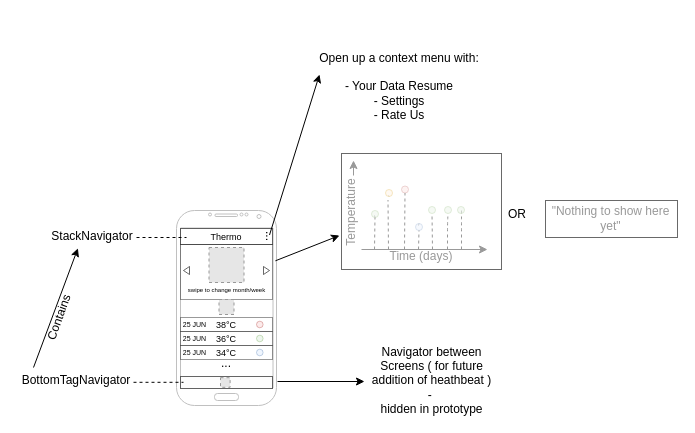
Earlier version of the draw.io diagram docs/mockups/DianaMockup.drawio (Chiyo-no-sake/Diana-Glasses-Application). Source tidied: cells renumbered, new cells numbered last; positions are measured from the earlier drawing's top-left corner, leaving out a move shared by most shapes. Both pictures are drawn from the tidied source at 100%, with x=0, y=0 at pixel (17, 17). Pictures stored in the file or linked from it are replaced by grey dashed boxes.
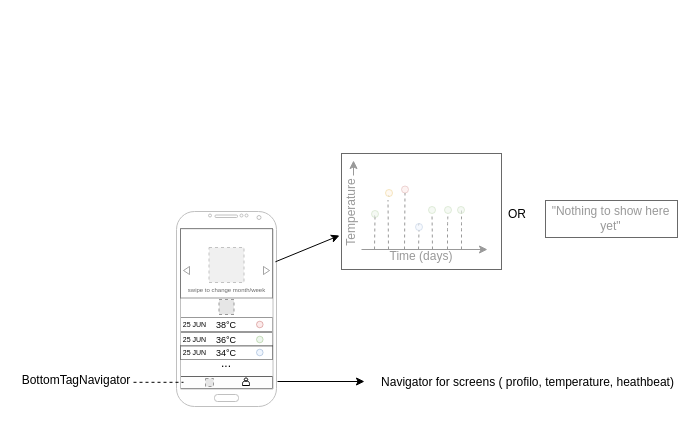
The same diagram, later.

What changed in the source:
```diff
@@
-    <mxCell id="2" style="verticalLabelPosition=bottom;verticalAlign=top;html=1;shadow=0;dashed=0;strokeWidth=1;shape=mxgraph.android.phone2;strokeColor=#c0c0c0;" parent="1" vertex="1">
-      <mxGeometry x="159" y="193" width="100" height="195" as="geometry" />
-    </mxCell>
-    <mxCell id="3" style="rounded=0;whiteSpace=wrap;html=1;opacity=40;" parent="1" vertex="1">
-      <mxGeometry x="163" y="227" width="92" height="55" as="geometry" />
-    </mxCell>
@@
     <mxCell id="5" style="group;fillColor=#FCFCFC;strokeColor=none;fontColor=#333333;" parent="1" vertex="1">
-      <mxGeometry x="163" y="359" width="92" height="12" as="geometry" />
+      <mxGeometry x="163" y="359" width="92" height="15" as="geometry" />
     </mxCell>
@@
     <mxCell id="7" style="fillColor=#E6E6E6;strokeColor=#999999;dashed=1;html=1;verticalAlign=top;verticalLabelPosition=bottom;labelBackgroundColor=#ffffff;" parent="5" vertex="1">
-      <mxGeometry x="40" y="1.2" width="9.6" height="9.6" as="geometry" />
+      <mxGeometry x="25" y="2" width="8" height="8" as="geometry" />
     </mxCell>
+    <mxCell id="68" style="shape=actor;whiteSpace=wrap;html=1;" parent="5" vertex="1">
+      <mxGeometry x="62" y="1.5" width="7" height="7.5" as="geometry" />
+    </mxCell>
@@
     <mxCell id="12" style="group;" parent="1" vertex="1">
-      <mxGeometry x="163" y="314" width="92" height="14" as="geometry" />
+      <mxGeometry x="163" y="315" width="96" height="74" as="geometry" />
     </mxCell>
@@
+    <mxCell id="2" style="verticalLabelPosition=bottom;verticalAlign=top;html=1;shadow=0;dashed=0;strokeWidth=1;shape=mxgraph.android.phone2;strokeColor=#c0c0c0;" parent="12" vertex="1">
+      <mxGeometry x="-4" y="-121" width="100" height="195" as="geometry" />
+    </mxCell>
@@
-    <mxCell id="51" value="Navigator between Screens ( for future addition of heathbeat )&lt;br&gt;-&amp;nbsp;&lt;br&gt;hidden in prototype" style="text;html=1;strokeColor=none;fillColor=none;align=center;verticalAlign=middle;whiteSpace=wrap;rounded=0;opacity=60;" parent="1" vertex="1">
-      <mxGeometry x="349" y="336" width="131" height="53" as="geometry" />
-    </mxCell>
-    <mxCell id="52" value="&lt;font style=&quot;font-size: 9px&quot;&gt;Thermo&lt;/font&gt;" style="rounded=0;whiteSpace=wrap;html=1;strokeColor=#050505;fillColor=#FFFFFF;opacity=60;" parent="1" vertex="1">
-      <mxGeometry x="163" y="211" width="92" height="16" as="geometry" />
-    </mxCell>
-    <mxCell id="53" value="..." style="text;html=1;strokeColor=none;fillColor=none;align=center;verticalAlign=middle;whiteSpace=wrap;rounded=0;opacity=60;rotation=90;" parent="1" vertex="1">
-      <mxGeometry x="233" y="209" width="40" height="20" as="geometry" />
-    </mxCell>
@@
-    <mxCell id="57" style="endArrow=classic;html=1;" parent="1" edge="1">
-      <mxGeometry relative="1" as="geometry">
-        <mxPoint x="252" y="217.5" as="sourcePoint" />
-        <mxPoint x="302" y="57" as="targetPoint" />
-      </mxGeometry>
-    </mxCell>
-    <mxCell id="58" value="Open up a context menu with:&lt;br&gt;&lt;br&gt;- Your Data Resume&lt;br&gt;- Settings&lt;br&gt;- Rate Us" style="text;html=1;strokeColor=none;fillColor=none;align=center;verticalAlign=middle;whiteSpace=wrap;rounded=0;opacity=60;" parent="1" vertex="1">
-      <mxGeometry x="288" width="188" height="138" as="geometry" />
-    </mxCell>
@@
-    <mxCell id="63" style="endArrow=none;dashed=1;html=1;" parent="1" edge="1">
-      <mxGeometry relative="1" as="geometry">
-        <mxPoint x="119" y="220" as="sourcePoint" />
-        <mxPoint x="169" y="220" as="targetPoint" />
-      </mxGeometry>
-    </mxCell>
-    <mxCell id="64" value="StackNavigator" style="text;html=1;strokeColor=none;fillColor=none;align=center;verticalAlign=middle;whiteSpace=wrap;rounded=0;opacity=60;" parent="1" vertex="1">
-      <mxGeometry x="55" y="209" width="40" height="20" as="geometry" />
-    </mxCell>
@@
-    <mxCell id="66" style="endArrow=classic;html=1;entryX=0.135;entryY=1.09;entryDx=0;entryDy=0;entryPerimeter=0;" parent="1" edge="1" target="64">
-      <mxGeometry relative="1" as="geometry">
-        <mxPoint x="16" y="350" as="sourcePoint" />
-      </mxGeometry>
-    </mxCell>
-    <mxCell id="67" value="Contains" style="text;html=1;strokeColor=none;fillColor=none;align=center;verticalAlign=middle;whiteSpace=wrap;rounded=0;opacity=60;rotation=-70;" parent="1" vertex="1">
-      <mxGeometry x="22" y="290" width="40" height="20" as="geometry" />
-    </mxCell>
+    <mxCell id="69" value="Navigator for screens ( profilo, temperature, heathbeat)" style="text;html=1;align=center;verticalAlign=middle;" parent="1" vertex="1">
+      <mxGeometry x="359" y="356" width="301" height="18" as="geometry" />
+    </mxCell>
+    <mxCell id="3" style="rounded=0;whiteSpace=wrap;html=1;opacity=40;" parent="1" vertex="1">
+      <mxGeometry x="163" y="211" width="92" height="69.5" as="geometry" />
+    </mxCell>
```
